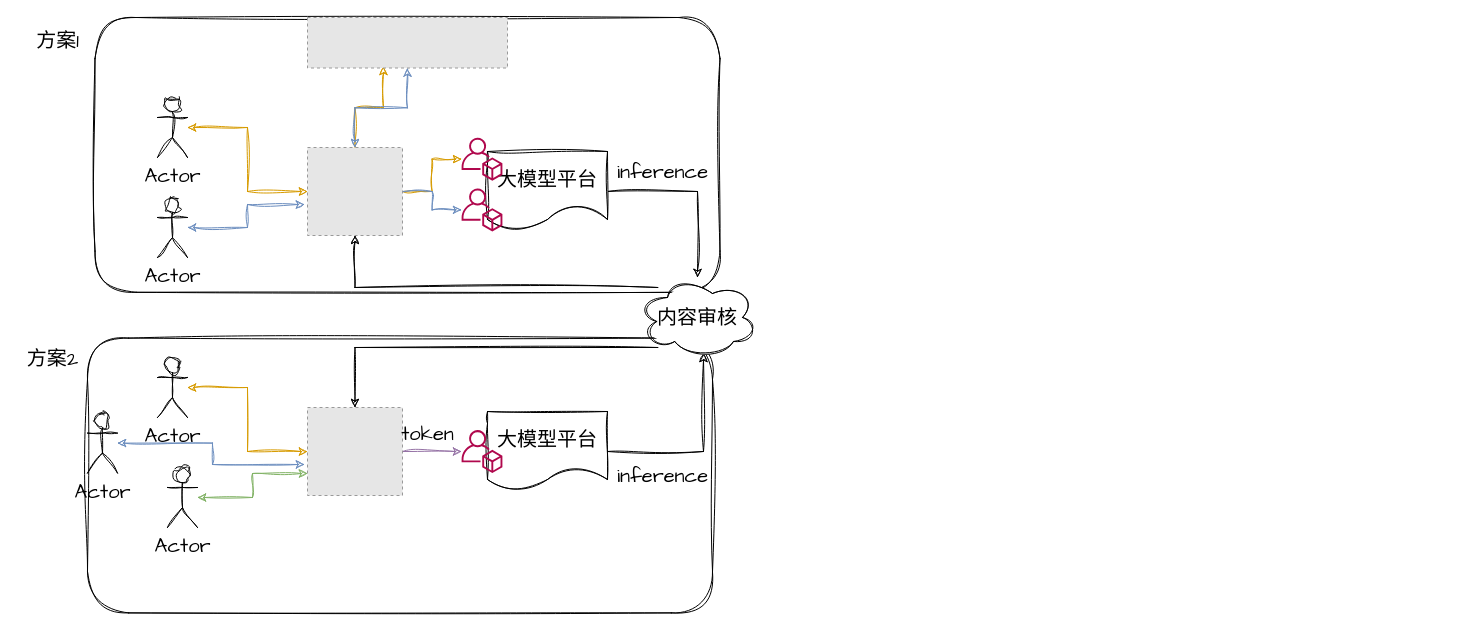
Above: huggingface-xihe-acct.drawio in pkking/mydrawio (draw.io), before the change. Source tidied: cells renumbered, new cells numbered last; positions are measured from the earlier drawing's top-left corner, leaving out a move shared by most shapes. Both pictures are drawn from the tidied source at 100%, with x=0, y=0 at pixel (17, 17). Pictures stored in the file or linked from it are replaced by grey dashed boxes.
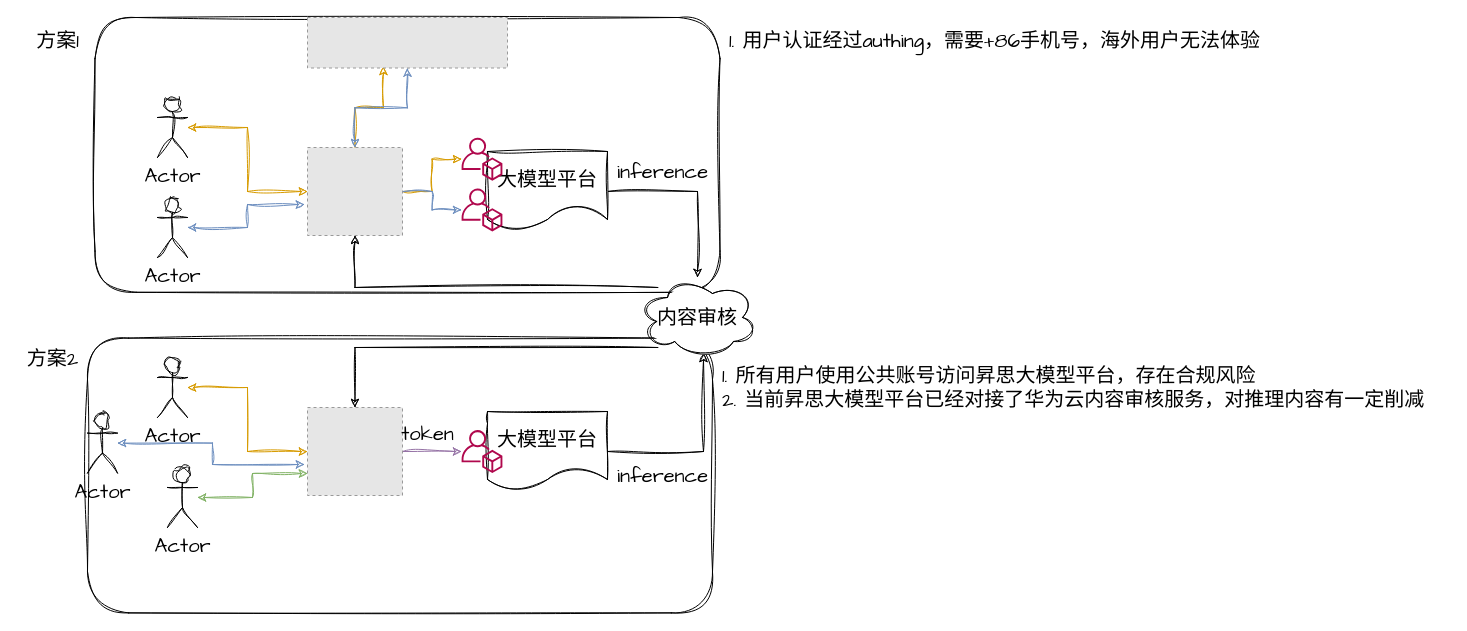
After the change.

The edit, as a diff of the source:
```diff
@@
+    <mxCell id="37" value="1. 用户认证经过authing，需要+86手机号，海外用户无法体验" style="text;html=1;align=left;verticalAlign=middle;strokeColor=none;fillColor=none;fontSize=20;fontFamily=Architects Daughter;" parent="1" vertex="1">
+      <mxGeometry x="710" y="3" width="550" height="40" as="geometry" />
+    </mxCell>
+    <mxCell id="38" value="&lt;div&gt;1. 所有用户使用公共账号访问昇思大模型平台，存在合规风险&lt;/div&gt;&lt;div&gt;2. 当前昇思大模型平台已经对接了华为云内容审核服务，对推理内容有一定削减&lt;br&gt;&lt;/div&gt;" style="text;html=1;align=left;verticalAlign=middle;strokeColor=none;fillColor=none;fontSize=20;fontFamily=Architects Daughter;" parent="1" vertex="1">
+      <mxGeometry x="702.5" y="340" width="730" height="60" as="geometry" />
+    </mxCell>
```
